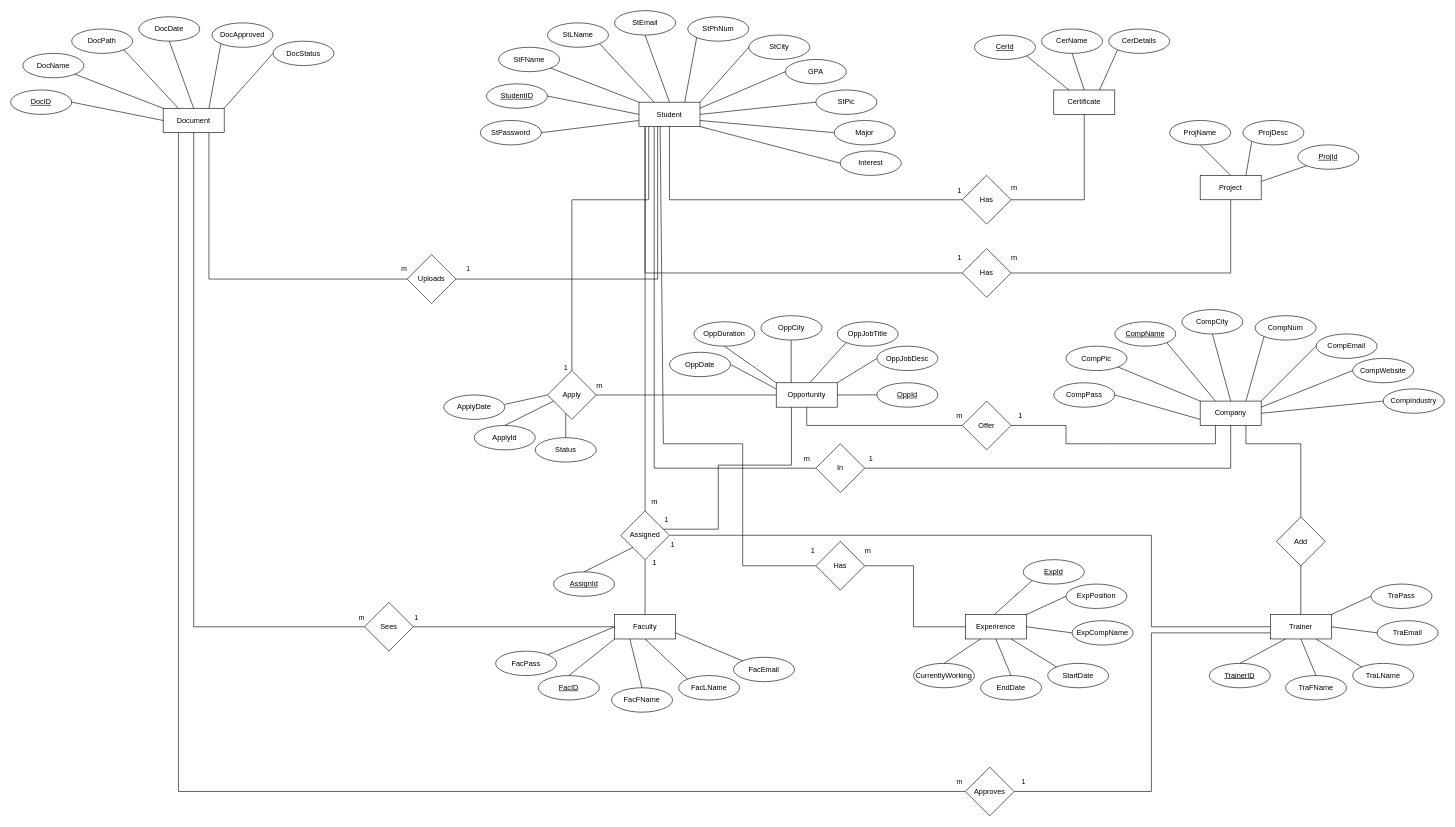
The draw.io diagram Diagrams/AOUNERD.drawio in saleh300/GP1-report, before the edit. Source tidied: cells renumbered, new cells numbered last; positions are measured from the earlier drawing's top-left corner, leaving out a move shared by most shapes. Both pictures are drawn from the tidied source at 61%, with x=0, y=0 at pixel (10, 10).
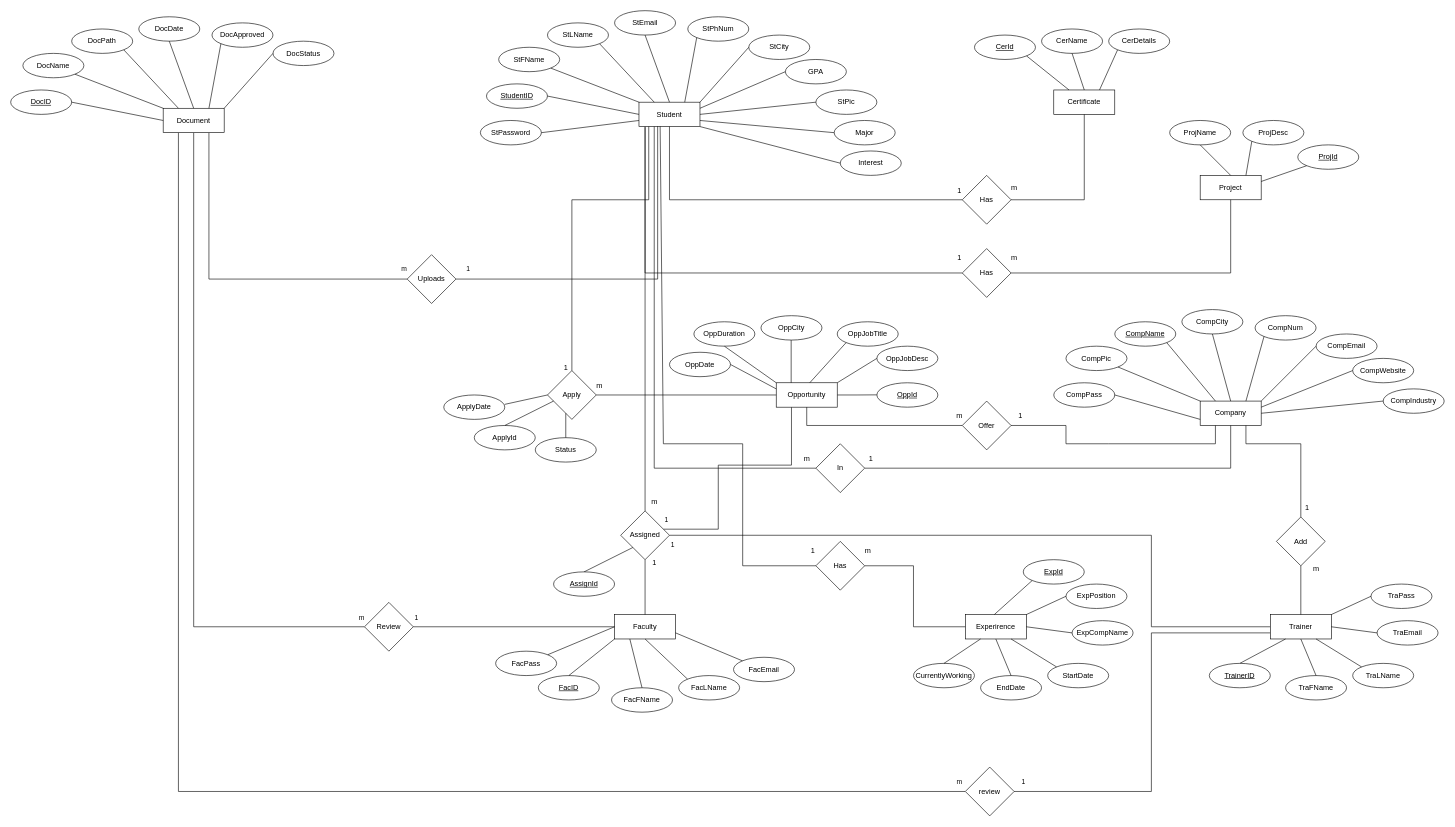
Above is the later version.

Change to the diagram source:
```diff
@@
-    <mxCell id="157" value="Sees" style="rhombus;whiteSpace=wrap;html=1;" parent="1" vertex="1">
+    <mxCell id="157" value="Review" style="rhombus;whiteSpace=wrap;html=1;" parent="1" vertex="1">
       <mxGeometry x="580" y="970" width="80" height="80" as="geometry" />
     </mxCell>
-    <mxCell id="158" value="Approves" style="rhombus;whiteSpace=wrap;html=1;" parent="1" vertex="1">
+    <mxCell id="158" value="review" style="rhombus;whiteSpace=wrap;html=1;" parent="1" vertex="1">
       <mxGeometry x="1565" y="1240" width="80" height="80" as="geometry" />
     </mxCell>
@@
+    <mxCell id="182" value="1" style="text;html=1;align=center;verticalAlign=middle;strokeColor=none;fillColor=none;" parent="1" vertex="1">
+      <mxGeometry x="2110" y="800" width="30" height="30" as="geometry" />
+    </mxCell>
+    <mxCell id="183" value="m" style="text;html=1;align=center;verticalAlign=middle;strokeColor=none;fillColor=none;" parent="1" vertex="1">
+      <mxGeometry x="2125" y="900" width="30" height="30" as="geometry" />
+    </mxCell>
```
